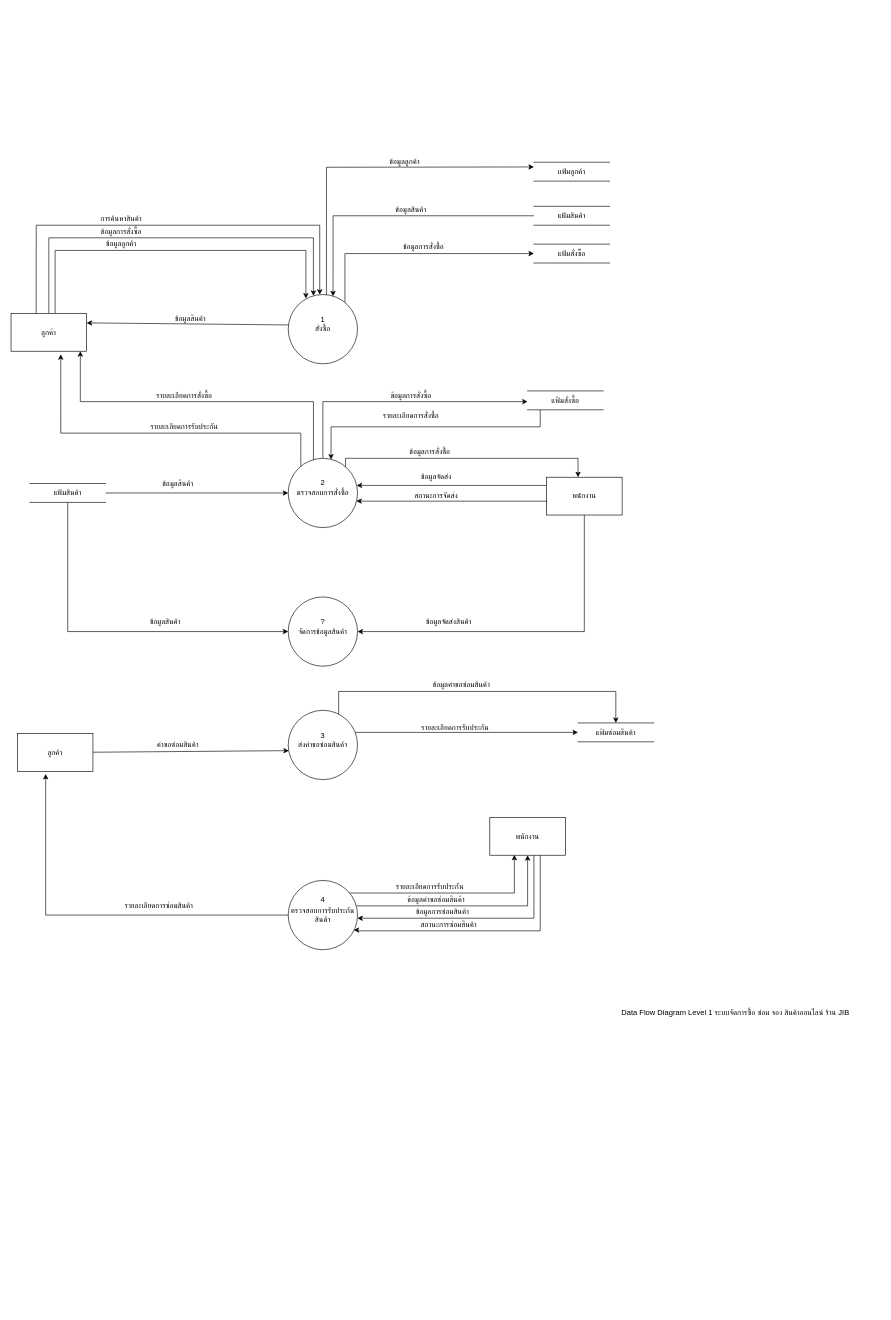
Before: DFD Lv1.drawio in tonparin/SomkidDiagram, a draw.io diagram. Source tidied: cells renumbered, new cells numbered last; positions are measured from the earlier drawing's top-left corner, leaving out a move shared by most shapes. Both pictures are drawn from the tidied source at 63%, with x=0, y=0 at pixel (11, 156).
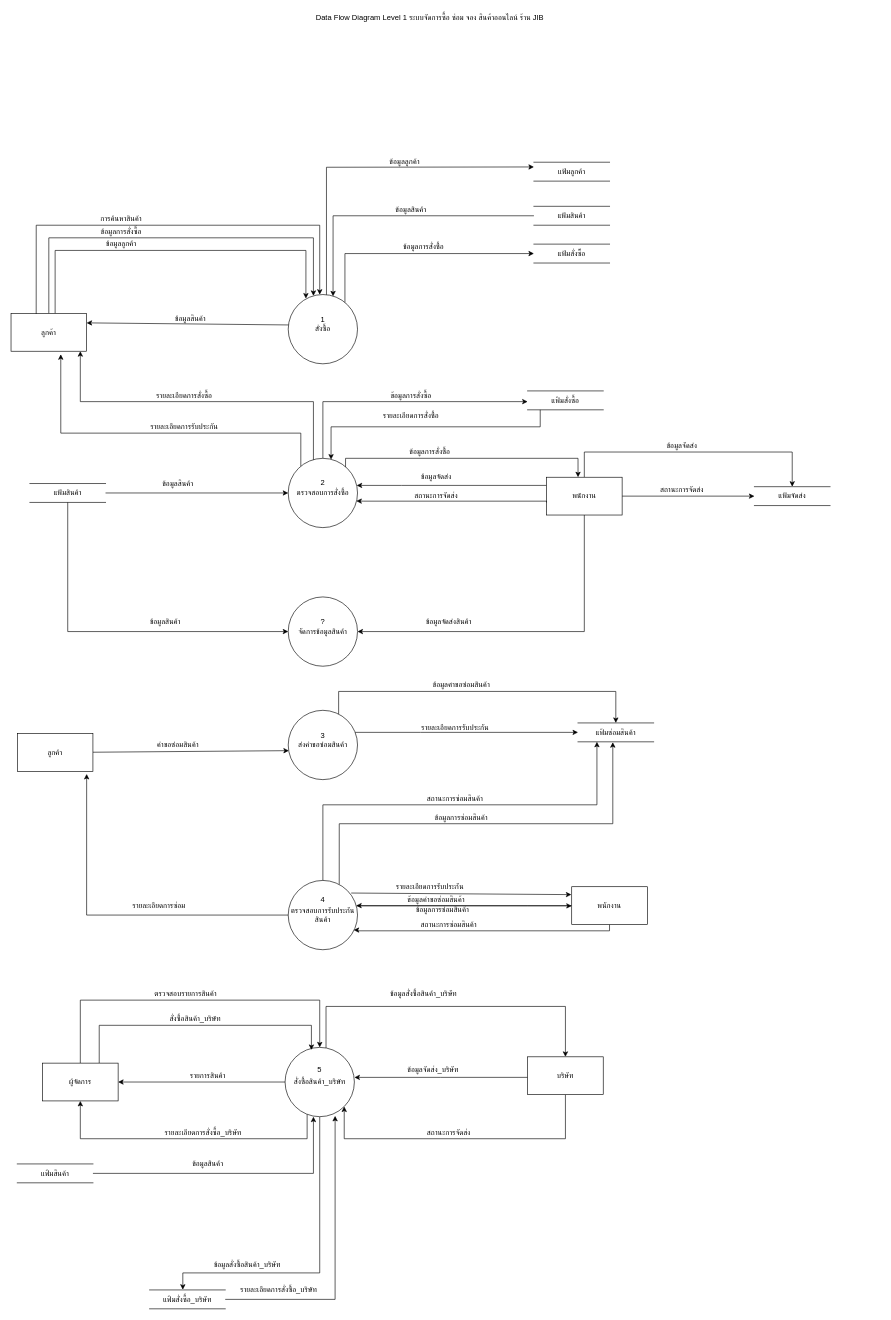
After the change.

The change refers to these unchanged cells:
```xml
<mxCell id="43" value="พนักงาน" style="rounded=0;whiteSpace=wrap;html=1;" parent="1" vertex="1">
  <mxGeometry x="850" y="510" width="120" height="60" as="geometry" />
</mxCell>
<mxCell id="57" value="ลูกค้า" style="rounded=0;whiteSpace=wrap;html=1;" parent="1" vertex="1">
  <mxGeometry x="10" y="917" width="120" height="60" as="geometry" />
</mxCell>
<mxCell id="60" value="ตรวจสอบการรับประกันสินค้า" style="ellipse;whiteSpace=wrap;html=1;" parent="1" vertex="1">
  <mxGeometry x="440" y="1150" width="110" height="110" as="geometry" />
</mxCell>
<mxCell id="68" value="แฟ้มซ่อมสินค้า" style="shape=partialRectangle;whiteSpace=wrap;html=1;left=0;right=0;fillColor=none;" parent="1" vertex="1">
  <mxGeometry x="900" y="900" width="120" height="30" as="geometry" />
</mxCell>
```

Change to the diagram source:
```diff
@@
+    <mxCell id="73" style="edgeStyle=orthogonalEdgeStyle;rounded=0;jettySize=auto;html=1;entryX=0.5;entryY=0;entryDx=0;entryDy=0;" parent="1" edge="1" source="43" target="77">
+      <mxGeometry relative="1" as="geometry">
+        <Array as="points">
+          <mxPoint x="910" y="470" />
+          <mxPoint x="1240" y="470" />
+        </Array>
+      </mxGeometry>
+    </mxCell>
+    <mxCell id="74" style="edgeStyle=orthogonalEdgeStyle;rounded=0;jettySize=auto;html=1;" parent="1" edge="1" source="43" target="77">
+      <mxGeometry relative="1" as="geometry" />
+    </mxCell>
@@
     <mxCell id="52" value="Data Flow Diagram Level 1 ระบบจัดการซื้อ ซ่อม จอง สินค้าออนไลน์ ร้าน JIB" style="text;html=1;strokeColor=none;fillColor=none;align=center;verticalAlign=middle;whiteSpace=wrap;rounded=0;" parent="1" vertex="1">
-      <mxGeometry x="920" y="1350" width="460" height="20" as="geometry" />
+      <mxGeometry x="435" y="-230" width="460" height="20" as="geometry" />
     </mxCell>
@@
-    <mxCell id="58" style="edgeStyle=orthogonalEdgeStyle;rounded=0;jettySize=auto;html=1;entryX=0.375;entryY=1.067;entryDx=0;entryDy=0;entryPerimeter=0;" parent="1" edge="1" source="60" target="57">
-      <mxGeometry relative="1" as="geometry" />
+    <mxCell id="58" style="edgeStyle=orthogonalEdgeStyle;rounded=0;jettySize=auto;html=1;entryX=0.917;entryY=1.067;entryDx=0;entryDy=0;entryPerimeter=0;" parent="1" edge="1" source="60" target="57">
+      <mxGeometry relative="1" as="geometry">
+        <Array as="points">
+          <mxPoint x="120" y="1205" />
+        </Array>
+      </mxGeometry>
     </mxCell>
-    <mxCell id="59" style="edgeStyle=orthogonalEdgeStyle;rounded=0;jettySize=auto;html=1;entryX=0.325;entryY=0.99;entryDx=0;entryDy=0;entryPerimeter=0;" parent="1" edge="1" source="60" target="64">
-      <mxGeometry relative="1" as="geometry">
-        <Array as="points">
-          <mxPoint x="799" y="1170" />
-        </Array>
-      </mxGeometry>
+    <mxCell id="59" style="rounded=0;jettySize=auto;html=1;entryX=-0.005;entryY=0.209;entryDx=0;entryDy=0;entryPerimeter=0;exitX=0.909;exitY=0.182;exitDx=0;exitDy=0;exitPerimeter=0;" parent="1" edge="1" source="60" target="64">
+      <mxGeometry relative="1" as="geometry" />
     </mxCell>
+    <mxCell id="75" style="edgeStyle=orthogonalEdgeStyle;rounded=0;jettySize=auto;html=1;entryX=0.46;entryY=1.022;entryDx=0;entryDy=0;entryPerimeter=0;exitX=0.736;exitY=0.059;exitDx=0;exitDy=0;exitPerimeter=0;" parent="1" edge="1" source="60" target="68">
+      <mxGeometry relative="1" as="geometry">
+        <Array as="points">
+          <mxPoint x="521" y="1060" />
+          <mxPoint x="955" y="1060" />
+        </Array>
+      </mxGeometry>
+    </mxCell>
+    <mxCell id="76" style="edgeStyle=orthogonalEdgeStyle;rounded=0;jettySize=auto;html=1;entryX=0.25;entryY=1;entryDx=0;entryDy=0;" parent="1" edge="1" source="60" target="68">
+      <mxGeometry relative="1" as="geometry">
+        <Array as="points">
+          <mxPoint x="495" y="1030" />
+          <mxPoint x="930" y="1030" />
+        </Array>
+      </mxGeometry>
+    </mxCell>
@@
     <mxCell id="62" style="edgeStyle=orthogonalEdgeStyle;rounded=0;jettySize=auto;html=1;" parent="1" edge="1" source="64" target="60">
       <mxGeometry relative="1" as="geometry">
         <Array as="points">
-          <mxPoint x="830" y="1210" />
+          <mxPoint x="950" y="1205" />
         </Array>
       </mxGeometry>
     </mxCell>
     <mxCell id="63" style="edgeStyle=orthogonalEdgeStyle;rounded=0;jettySize=auto;html=1;entryX=0.945;entryY=0.716;entryDx=0;entryDy=0;entryPerimeter=0;" parent="1" edge="1" source="64" target="60">
       <mxGeometry relative="1" as="geometry">
         <Array as="points">
-          <mxPoint x="840" y="1230" />
+          <mxPoint x="950" y="1230" />
           <mxPoint x="550" y="1230" />
           <mxPoint x="550" y="1229" />
         </Array>
       </mxGeometry>
     </mxCell>
     <mxCell id="64" value="พนักงาน" style="rounded=0;whiteSpace=wrap;html=1;" parent="1" vertex="1">
-      <mxGeometry x="760" y="1050" width="120" height="60" as="geometry" />
+      <mxGeometry x="890" y="1160" width="120" height="60" as="geometry" />
     </mxCell>
@@
     <mxCell id="66" value="ข้อมูลการซ่อมสินค้า" style="text;html=1;strokeColor=none;fillColor=none;align=center;verticalAlign=middle;whiteSpace=wrap;rounded=0;" parent="1" vertex="1">
-      <mxGeometry x="630" y="1190" width="110" height="20" as="geometry" />
+      <mxGeometry x="630" y="1187" width="110" height="20" as="geometry" />
     </mxCell>
@@
-    <mxCell id="70" value="รายละเอียดการซ่อมสินค้า" style="text;html=1;strokeColor=none;fillColor=none;align=center;verticalAlign=middle;whiteSpace=wrap;rounded=0;" parent="1" vertex="1">
+    <mxCell id="70" value="รายละเอียดการซ่อม" style="text;html=1;strokeColor=none;fillColor=none;align=center;verticalAlign=middle;whiteSpace=wrap;rounded=0;" parent="1" vertex="1">
       <mxGeometry x="170" y="1180" width="130" height="20" as="geometry" />
     </mxCell>
@@
+    <mxCell id="77" value="&lt;div&gt;แฟ้มจัดส่ง&lt;/div&gt;" style="shape=partialRectangle;whiteSpace=wrap;html=1;left=0;right=0;fillColor=none;" parent="1" vertex="1">
+      <mxGeometry x="1180" y="525" width="120" height="30" as="geometry" />
+    </mxCell>
+    <mxCell id="78" style="edgeStyle=orthogonalEdgeStyle;rounded=0;jettySize=auto;html=1;entryX=0.722;entryY=0.989;entryDx=0;entryDy=0;entryPerimeter=0;" parent="1" edge="1" source="79" target="88">
+      <mxGeometry relative="1" as="geometry" />
+    </mxCell>
+    <mxCell id="79" value="แฟ้มสั่งซื้อ_บริษัท" style="shape=partialRectangle;whiteSpace=wrap;html=1;left=0;right=0;fillColor=none;" parent="1" vertex="1">
+      <mxGeometry x="220" y="1800" width="120" height="30" as="geometry" />
+    </mxCell>
+    <mxCell id="80" value="ข้อมูลจัดส่ง" style="text;html=1;strokeColor=none;fillColor=none;align=center;verticalAlign=middle;whiteSpace=wrap;rounded=0;" parent="1" vertex="1">
+      <mxGeometry x="1020" y="450" width="90" height="20" as="geometry" />
+    </mxCell>
+    <mxCell id="81" value="สถานะการจัดส่ง" style="text;html=1;strokeColor=none;fillColor=none;align=center;verticalAlign=middle;whiteSpace=wrap;rounded=0;" parent="1" vertex="1">
+      <mxGeometry x="1020" y="520" width="90" height="20" as="geometry" />
+    </mxCell>
+    <mxCell id="82" value="ข้อมูลการซ่อมสินค้า" style="text;html=1;strokeColor=none;fillColor=none;align=center;verticalAlign=middle;whiteSpace=wrap;rounded=0;" parent="1" vertex="1">
+      <mxGeometry x="660" y="1040" width="110" height="20" as="geometry" />
+    </mxCell>
+    <mxCell id="83" value="สถานะการซ่อมสินค้า" style="text;html=1;strokeColor=none;fillColor=none;align=center;verticalAlign=middle;whiteSpace=wrap;rounded=0;" parent="1" vertex="1">
+      <mxGeometry x="650" y="1010" width="110" height="20" as="geometry" />
+    </mxCell>
+    <mxCell id="84" style="edgeStyle=orthogonalEdgeStyle;rounded=0;jettySize=auto;html=1;entryX=1;entryY=0.5;entryDx=0;entryDy=0;" parent="1" edge="1" source="88" target="92">
+      <mxGeometry relative="1" as="geometry" />
+    </mxCell>
+    <mxCell id="85" style="edgeStyle=orthogonalEdgeStyle;rounded=0;jettySize=auto;html=1;entryX=0.5;entryY=0;entryDx=0;entryDy=0;" parent="1" edge="1" source="88" target="100">
+      <mxGeometry relative="1" as="geometry">
+        <Array as="points">
+          <mxPoint x="500" y="1350" />
+          <mxPoint x="880" y="1350" />
+        </Array>
+      </mxGeometry>
+    </mxCell>
+    <mxCell id="86" style="edgeStyle=orthogonalEdgeStyle;rounded=0;jettySize=auto;html=1;" parent="1" edge="1" source="88" target="92">
+      <mxGeometry relative="1" as="geometry">
+        <Array as="points">
+          <mxPoint x="470" y="1560" />
+          <mxPoint x="110" y="1560" />
+        </Array>
+      </mxGeometry>
+    </mxCell>
+    <mxCell id="87" style="edgeStyle=orthogonalEdgeStyle;rounded=0;jettySize=auto;html=1;entryX=0.439;entryY=-0.013;entryDx=0;entryDy=0;entryPerimeter=0;" parent="1" edge="1" source="88" target="79">
+      <mxGeometry relative="1" as="geometry">
+        <Array as="points">
+          <mxPoint x="490" y="1773" />
+          <mxPoint x="273" y="1773" />
+        </Array>
+      </mxGeometry>
+    </mxCell>
+    <mxCell id="88" value="สั่งซื้อสินค้า_บริษัท" style="ellipse;whiteSpace=wrap;html=1;" parent="1" vertex="1">
+      <mxGeometry x="435" y="1415" width="110" height="110" as="geometry" />
+    </mxCell>
+    <mxCell id="89" value="5" style="text;html=1;strokeColor=none;fillColor=none;align=center;verticalAlign=middle;whiteSpace=wrap;rounded=0;" parent="1" vertex="1">
+      <mxGeometry x="470" y="1440" width="40" height="20" as="geometry" />
+    </mxCell>
+    <mxCell id="90" style="edgeStyle=orthogonalEdgeStyle;rounded=0;jettySize=auto;html=1;" parent="1" edge="1" source="92">
+      <mxGeometry relative="1" as="geometry">
+        <mxPoint x="490" y="1415" as="targetPoint" />
+        <Array as="points">
+          <mxPoint x="110" y="1340" />
+          <mxPoint x="490" y="1340" />
+        </Array>
+      </mxGeometry>
+    </mxCell>
+    <mxCell id="91" style="edgeStyle=orthogonalEdgeStyle;rounded=0;jettySize=auto;html=1;entryX=0.38;entryY=0.037;entryDx=0;entryDy=0;entryPerimeter=0;" parent="1" edge="1" source="92" target="88">
+      <mxGeometry relative="1" as="geometry">
+        <Array as="points">
+          <mxPoint x="140" y="1380" />
+          <mxPoint x="477" y="1380" />
+        </Array>
+      </mxGeometry>
+    </mxCell>
+    <mxCell id="92" value="ผู้จัดการ" style="rounded=0;whiteSpace=wrap;html=1;" parent="1" vertex="1">
+      <mxGeometry x="50" y="1440" width="120" height="60" as="geometry" />
+    </mxCell>
+    <mxCell id="93" style="edgeStyle=orthogonalEdgeStyle;rounded=0;jettySize=auto;html=1;" parent="1" edge="1" source="94">
+      <mxGeometry relative="1" as="geometry">
+        <mxPoint x="480" y="1525" as="targetPoint" />
+        <Array as="points">
+          <mxPoint x="480" y="1615" />
+        </Array>
+      </mxGeometry>
+    </mxCell>
+    <mxCell id="94" value="แฟ้มสินค้า" style="shape=partialRectangle;whiteSpace=wrap;html=1;left=0;right=0;fillColor=none;" parent="1" vertex="1">
+      <mxGeometry x="10" y="1600" width="120" height="30" as="geometry" />
+    </mxCell>
+    <mxCell id="95" value="ตรวจสอบรายการสินค้า" style="text;html=1;strokeColor=none;fillColor=none;align=center;verticalAlign=middle;whiteSpace=wrap;rounded=0;" parent="1" vertex="1">
+      <mxGeometry x="215" y="1320" width="125" height="20" as="geometry" />
+    </mxCell>
+    <mxCell id="96" value="รายการสินค้า" style="text;html=1;strokeColor=none;fillColor=none;align=center;verticalAlign=middle;whiteSpace=wrap;rounded=0;" parent="1" vertex="1">
+      <mxGeometry x="250" y="1450" width="125" height="20" as="geometry" />
+    </mxCell>
+    <mxCell id="97" value="ข้อมูลสินค้า" style="text;html=1;strokeColor=none;fillColor=none;align=center;verticalAlign=middle;whiteSpace=wrap;rounded=0;" parent="1" vertex="1">
+      <mxGeometry x="250" y="1590" width="125" height="20" as="geometry" />
+    </mxCell>
+    <mxCell id="98" style="edgeStyle=orthogonalEdgeStyle;rounded=0;jettySize=auto;html=1;entryX=1.001;entryY=0.433;entryDx=0;entryDy=0;entryPerimeter=0;" parent="1" edge="1" source="100" target="88">
+      <mxGeometry relative="1" as="geometry">
+        <Array as="points">
+          <mxPoint x="682" y="1463" />
+        </Array>
+      </mxGeometry>
+    </mxCell>
+    <mxCell id="99" style="edgeStyle=orthogonalEdgeStyle;rounded=0;jettySize=auto;html=1;entryX=1;entryY=1;entryDx=0;entryDy=0;" parent="1" edge="1" source="100" target="88">
+      <mxGeometry relative="1" as="geometry">
+        <Array as="points">
+          <mxPoint x="880" y="1560" />
+          <mxPoint x="529" y="1560" />
+        </Array>
+      </mxGeometry>
+    </mxCell>
+    <mxCell id="100" value="บริษัท" style="rounded=0;whiteSpace=wrap;html=1;" parent="1" vertex="1">
+      <mxGeometry x="820" y="1430" width="120" height="60" as="geometry" />
+    </mxCell>
+    <mxCell id="101" value="สั่งซื้อสินค้า_บริษัท" style="text;html=1;strokeColor=none;fillColor=none;align=center;verticalAlign=middle;whiteSpace=wrap;rounded=0;" parent="1" vertex="1">
+      <mxGeometry x="230" y="1360" width="125" height="20" as="geometry" />
+    </mxCell>
+    <mxCell id="102" value="ข้อมูลสั่งซื้อสินค้า_บริษัท" style="text;html=1;strokeColor=none;fillColor=none;align=center;verticalAlign=middle;whiteSpace=wrap;rounded=0;" parent="1" vertex="1">
+      <mxGeometry x="585" y="1320" width="140" height="20" as="geometry" />
+    </mxCell>
+    <mxCell id="103" value="รายละเอียดการสั่งซื้อ_บริษัท" style="text;html=1;strokeColor=none;fillColor=none;align=center;verticalAlign=middle;whiteSpace=wrap;rounded=0;" parent="1" vertex="1">
+      <mxGeometry x="355" y="1790" width="140" height="20" as="geometry" />
+    </mxCell>
+    <mxCell id="104" value="ข้อมูลจัดส่ง_บริษัท" style="text;html=1;strokeColor=none;fillColor=none;align=center;verticalAlign=middle;whiteSpace=wrap;rounded=0;" parent="1" vertex="1">
+      <mxGeometry x="620" y="1440" width="100" height="20" as="geometry" />
+    </mxCell>
+    <mxCell id="105" value="สถานะการจัดส่ง" style="text;html=1;strokeColor=none;fillColor=none;align=center;verticalAlign=middle;whiteSpace=wrap;rounded=0;" parent="1" vertex="1">
+      <mxGeometry x="650" y="1540" width="90" height="20" as="geometry" />
+    </mxCell>
+    <mxCell id="106" value="ข้อมูลสั่งซื้อสินค้า_บริษัท" style="text;html=1;strokeColor=none;fillColor=none;align=center;verticalAlign=middle;whiteSpace=wrap;rounded=0;" parent="1" vertex="1">
+      <mxGeometry x="305" y="1750" width="140" height="20" as="geometry" />
+    </mxCell>
+    <mxCell id="107" value="รายละเอียดการสั่งซื้อ_บริษัท" style="text;html=1;strokeColor=none;fillColor=none;align=center;verticalAlign=middle;whiteSpace=wrap;rounded=0;" parent="1" vertex="1">
+      <mxGeometry x="235" y="1540" width="140" height="20" as="geometry" />
+    </mxCell>
```
